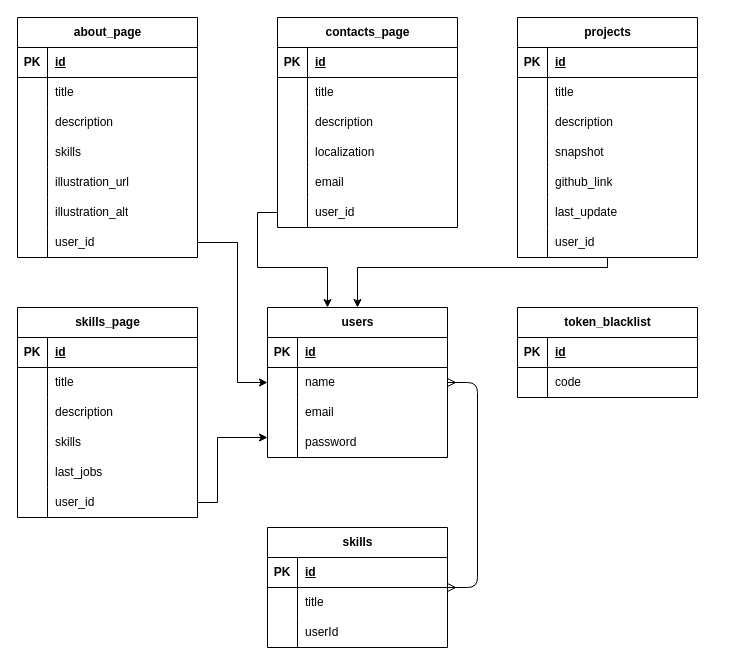
The draw.io diagram diagrama-ER.drawio in ikatoo/backend, before the edit. Source tidied: cells renumbered, new cells numbered last; positions are measured from the earlier drawing's top-left corner, leaving out a move shared by most shapes. Both pictures are drawn from the tidied source at 100%, with x=0, y=0 at pixel (17, 17).
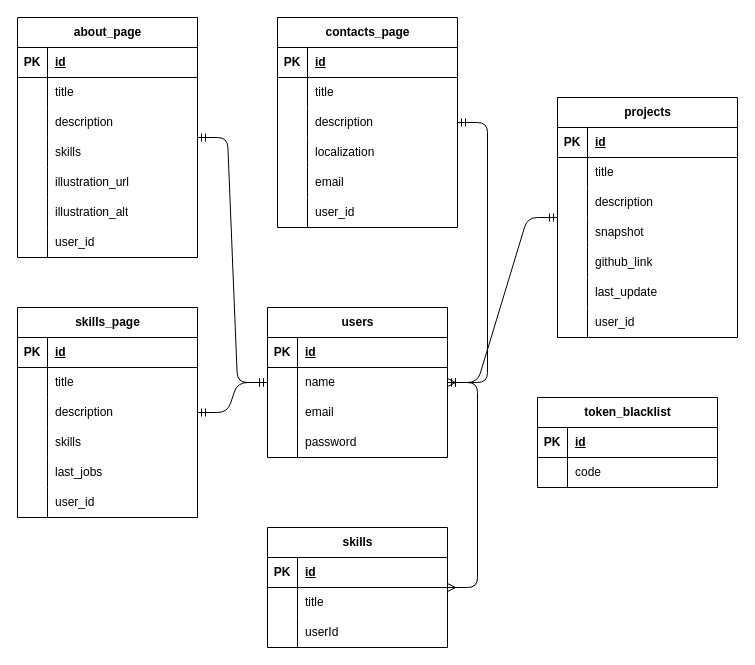
The same diagram, later.

Unchanged cells that the change refers to:
```xml
<mxCell id="2" value="about_page" style="shape=table;startSize=30;childLayout=tableLayout;rowLines=0;fontStyle=1;align=center;html=1;" parent="1" vertex="1">
  <mxGeometry width="180" height="240" as="geometry" />
</mxCell>
<mxCell id="21" style="shape=tableRow;horizontal=0;startSize=0;swimlaneHead=0;swimlaneBody=0;fillColor=none;points=[[0,0.5],[1,0.5]];portConstraint=eastwest;top=0;left=0;right=0;bottom=0;" parent="2" vertex="1">
  <mxGeometry y="210" width="180" height="30" as="geometry" />
</mxCell>
<mxCell id="24" value="contacts_page" style="shape=table;startSize=30;childLayout=tableLayout;rowLines=0;fontStyle=1;align=center;html=1;" parent="1" vertex="1">
  <mxGeometry x="260" width="180" height="210" as="geometry" />
</mxCell>
<mxCell id="40" style="shape=tableRow;horizontal=0;startSize=0;swimlaneHead=0;swimlaneBody=0;fillColor=none;points=[[0,0.5],[1,0.5]];portConstraint=eastwest;top=0;left=0;right=0;bottom=0;" parent="24" vertex="1">
  <mxGeometry y="180" width="180" height="30" as="geometry" />
</mxCell>
<mxCell id="62" style="shape=tableRow;horizontal=0;startSize=0;swimlaneHead=0;swimlaneBody=0;fillColor=none;points=[[0,0.5],[1,0.5]];portConstraint=eastwest;top=0;left=0;right=0;bottom=0;" parent="43" vertex="1">
  <mxGeometry y="210" width="180" height="30" as="geometry" />
</mxCell>
<mxCell id="65" value="skills_page" style="shape=table;startSize=30;childLayout=tableLayout;rowLines=0;fontStyle=1;align=center;html=1;" parent="1" vertex="1">
  <mxGeometry y="290" width="180" height="210" as="geometry" />
</mxCell>
<mxCell id="81" style="shape=tableRow;horizontal=0;startSize=0;swimlaneHead=0;swimlaneBody=0;fillColor=none;points=[[0,0.5],[1,0.5]];portConstraint=eastwest;top=0;left=0;right=0;bottom=0;" parent="65" vertex="1">
  <mxGeometry y="180" width="180" height="30" as="geometry" />
</mxCell>
<mxCell id="84" value="users" style="shape=table;startSize=30;childLayout=tableLayout;rowLines=0;fontStyle=1;align=center;html=1;" parent="1" vertex="1">
  <mxGeometry x="250" y="290" width="180" height="150" as="geometry" />
</mxCell>
```

What changed in the source:
```diff
@@
     <mxCell id="43" value="projects" style="shape=table;startSize=30;childLayout=tableLayout;rowLines=0;fontStyle=1;align=center;html=1;" parent="1" vertex="1">
-      <mxGeometry x="500" width="180" height="240" as="geometry" />
+      <mxGeometry x="540" y="80" width="180" height="240" as="geometry" />
     </mxCell>
@@
     <mxCell id="97" value="token_blacklist" style="shape=table;startSize=30;childLayout=tableLayout;rowLines=0;fontStyle=1;align=center;html=1;" parent="1" vertex="1">
-      <mxGeometry x="500" y="290" width="180" height="90" as="geometry" />
+      <mxGeometry x="520" y="380" width="180" height="90" as="geometry" />
     </mxCell>
@@
-    <mxCell id="114" style="edgeStyle=orthogonalEdgeStyle;rounded=0;jettySize=auto;html=1;" parent="1" edge="1" source="62" target="84">
-      <mxGeometry relative="1" as="geometry">
-        <Array as="points">
-          <mxPoint x="590" y="250" />
-          <mxPoint x="340" y="250" />
-        </Array>
-      </mxGeometry>
-    </mxCell>
-    <mxCell id="115" style="edgeStyle=orthogonalEdgeStyle;rounded=0;jettySize=auto;html=1;" parent="1" edge="1" source="40" target="84">
-      <mxGeometry relative="1" as="geometry">
-        <Array as="points">
-          <mxPoint x="240" y="195" />
-          <mxPoint x="240" y="250" />
-          <mxPoint x="310" y="250" />
-        </Array>
-      </mxGeometry>
-    </mxCell>
-    <mxCell id="116" style="edgeStyle=orthogonalEdgeStyle;rounded=0;jettySize=auto;html=1;" parent="1" edge="1" source="21" target="84">
-      <mxGeometry relative="1" as="geometry">
-        <Array as="points">
-          <mxPoint x="220" y="225" />
-          <mxPoint x="220" y="365" />
-        </Array>
-      </mxGeometry>
-    </mxCell>
-    <mxCell id="117" style="edgeStyle=orthogonalEdgeStyle;rounded=0;jettySize=auto;html=1;" parent="1" edge="1" source="81" target="84">
-      <mxGeometry relative="1" as="geometry">
-        <Array as="points">
-          <mxPoint x="200" y="485" />
-          <mxPoint x="200" y="420" />
-        </Array>
-      </mxGeometry>
-    </mxCell>
@@
+    <mxCell id="119" style="edgeStyle=entityRelationEdgeStyle;fontSize=12;html=1;endArrow=ERmandOne;startArrow=ERmandOne;" parent="1" edge="1" source="65" target="84">
+      <mxGeometry relative="1" as="geometry" />
+    </mxCell>
+    <mxCell id="120" style="edgeStyle=entityRelationEdgeStyle;fontSize=12;html=1;endArrow=ERmandOne;startArrow=ERmandOne;" parent="1" edge="1" source="2" target="84">
+      <mxGeometry relative="1" as="geometry" />
+    </mxCell>
+    <mxCell id="121" style="edgeStyle=entityRelationEdgeStyle;fontSize=12;html=1;endArrow=ERmandOne;startArrow=ERmandOne;" parent="1" edge="1" source="24" target="84">
+      <mxGeometry relative="1" as="geometry" />
+    </mxCell>
+    <mxCell id="122" style="edgeStyle=entityRelationEdgeStyle;fontSize=12;html=1;endArrow=ERmandOne;startArrow=ERmandOne;" parent="1" edge="1" source="43" target="84">
+      <mxGeometry relative="1" as="geometry" />
+    </mxCell>
```
